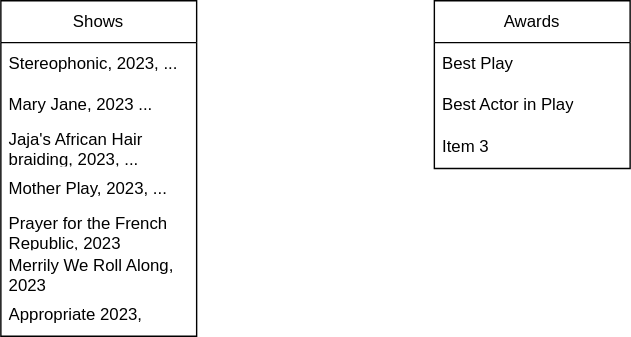
Above: Classes + Uni/PDS/Homeworks/Homework 1/Drawings/P1Sb.drawio.svg in ivanearisty/obsidian (draw.io), before the change. Source tidied: cells renumbered, new cells last; positions are measured from the earlier drawing's top-left corner, leaving out a move shared by most shapes.
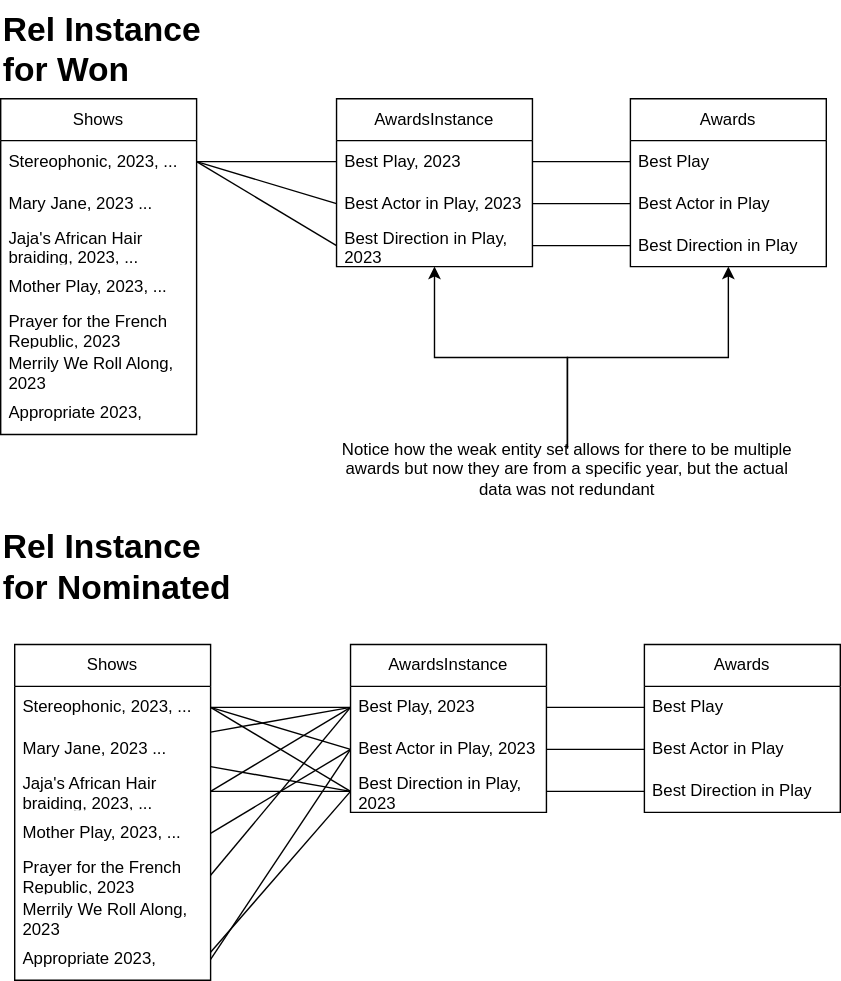
After the commit.

What changed in the source:
```diff
@@ -27,7 +27,7 @@
       <mxGeometry y="210" width="140" height="30" as="geometry" />
     </mxCell>
     <mxCell id="10" value="Awards" style="swimlane;fontStyle=0;horizontal=1;startSize=30;whiteSpace=wrap;html=1;" parent="1" vertex="1">
-      <mxGeometry x="310" width="140" height="120" as="geometry" />
+      <mxGeometry x="450" width="140" height="120" as="geometry" />
     </mxCell>
     <mxCell id="11" value="Best Play" style="text;strokeColor=none;fillColor=none;align=left;verticalAlign=middle;spacingLeft=4;spacingRight=4;overflow=hidden;points=[[0,0.5],[1,0.5]];portConstraint=eastwest;whiteSpace=wrap;html=1;" parent="10" vertex="1">
       <mxGeometry y="30" width="140" height="30" as="geometry" />
@@ -35,8 +35,149 @@
     <mxCell id="12" value="Best Actor in Play" style="text;strokeColor=none;fillColor=none;align=left;verticalAlign=middle;spacingLeft=4;spacingRight=4;overflow=hidden;points=[[0,0.5],[1,0.5]];portConstraint=eastwest;whiteSpace=wrap;html=1;" parent="10" vertex="1">
       <mxGeometry y="60" width="140" height="30" as="geometry" />
     </mxCell>
-    <mxCell id="13" value="Item 3" style="text;strokeColor=none;fillColor=none;align=left;verticalAlign=middle;spacingLeft=4;spacingRight=4;overflow=hidden;points=[[0,0.5],[1,0.5]];portConstraint=eastwest;whiteSpace=wrap;html=1;" parent="10" vertex="1">
+    <mxCell id="13" value="Best Direction in Play" style="text;strokeColor=none;fillColor=none;align=left;verticalAlign=middle;spacingLeft=4;spacingRight=4;overflow=hidden;points=[[0,0.5],[1,0.5]];portConstraint=eastwest;whiteSpace=wrap;html=1;" parent="10" vertex="1">
       <mxGeometry y="90" width="140" height="30" as="geometry" />
     </mxCell>
+    <mxCell id="14" value="AwardsInstance" style="swimlane;fontStyle=0;horizontal=1;startSize=30;whiteSpace=wrap;html=1;" parent="1" vertex="1">
+      <mxGeometry x="240" width="140" height="120" as="geometry" />
+    </mxCell>
+    <mxCell id="15" value="Best Play, 2023" style="text;strokeColor=none;fillColor=none;align=left;verticalAlign=middle;spacingLeft=4;spacingRight=4;overflow=hidden;points=[[0,0.5],[1,0.5]];portConstraint=eastwest;whiteSpace=wrap;html=1;" parent="14" vertex="1">
+      <mxGeometry y="30" width="140" height="30" as="geometry" />
+    </mxCell>
+    <mxCell id="16" value="Best Actor in Play, 2023" style="text;strokeColor=none;fillColor=none;align=left;verticalAlign=middle;spacingLeft=4;spacingRight=4;overflow=hidden;points=[[0,0.5],[1,0.5]];portConstraint=eastwest;whiteSpace=wrap;html=1;" parent="14" vertex="1">
+      <mxGeometry y="60" width="140" height="30" as="geometry" />
+    </mxCell>
+    <mxCell id="17" value="Best Direction in Play, 2023" style="text;strokeColor=none;fillColor=none;align=left;verticalAlign=middle;spacingLeft=4;spacingRight=4;overflow=hidden;points=[[0,0.5],[1,0.5]];portConstraint=eastwest;whiteSpace=wrap;html=1;" parent="14" vertex="1">
+      <mxGeometry y="90" width="140" height="30" as="geometry" />
+    </mxCell>
+    <mxCell id="18" style="edgeStyle=orthogonalEdgeStyle;rounded=0;jettySize=auto;html=1;" parent="1" edge="1" source="20" target="14">
+      <mxGeometry relative="1" as="geometry" />
+    </mxCell>
+    <mxCell id="19" style="edgeStyle=orthogonalEdgeStyle;rounded=0;jettySize=auto;html=1;" parent="1" edge="1" source="20" target="10">
+      <mxGeometry relative="1" as="geometry" />
+    </mxCell>
+    <mxCell id="20" value="Notice how the weak entity set allows for there to be multiple awards but now they are from a specific year, but the actual data was not redundant" style="text;html=1;align=center;verticalAlign=middle;whiteSpace=wrap;rounded=0;" parent="1" vertex="1">
+      <mxGeometry x="240" y="250" width="330" height="30" as="geometry" />
+    </mxCell>
+    <mxCell id="21" style="edgeStyle=orthogonalEdgeStyle;rounded=0;jettySize=auto;html=1;endArrow=none;endFill=0;" parent="1" edge="1" source="3" target="15">
+      <mxGeometry relative="1" as="geometry" />
+    </mxCell>
+    <mxCell id="22" style="rounded=0;jettySize=auto;html=1;endArrow=none;endFill=0;entryX=0;entryY=0.5;entryDx=0;entryDy=0;" parent="1" edge="1" target="16">
+      <mxGeometry relative="1" as="geometry">
+        <mxPoint x="140" y="45" as="sourcePoint" />
+      </mxGeometry>
+    </mxCell>
+    <mxCell id="23" style="rounded=0;jettySize=auto;html=1;exitX=1;exitY=0.5;exitDx=0;exitDy=0;endArrow=none;endFill=0;entryX=0;entryY=0.5;entryDx=0;entryDy=0;" parent="1" edge="1" source="3" target="17">
+      <mxGeometry relative="1" as="geometry" />
+    </mxCell>
+    <mxCell id="24" style="edgeStyle=orthogonalEdgeStyle;rounded=0;jettySize=auto;html=1;endArrow=none;endFill=0;" parent="1" edge="1" source="15" target="11">
+      <mxGeometry relative="1" as="geometry" />
+    </mxCell>
+    <mxCell id="25" style="edgeStyle=orthogonalEdgeStyle;rounded=0;jettySize=auto;html=1;endArrow=none;endFill=0;" parent="1" edge="1" source="16" target="12">
+      <mxGeometry relative="1" as="geometry" />
+    </mxCell>
+    <mxCell id="26" style="edgeStyle=orthogonalEdgeStyle;rounded=0;jettySize=auto;html=1;endArrow=none;endFill=0;" parent="1" edge="1" source="17" target="13">
+      <mxGeometry relative="1" as="geometry" />
+    </mxCell>
+    <mxCell id="27" value="&lt;h1 style=&quot;margin-top: 0px;&quot;&gt;Rel Instance for Won&lt;/h1&gt;" style="text;html=1;whiteSpace=wrap;overflow=hidden;rounded=0;" parent="1" vertex="1">
+      <mxGeometry y="-70" width="180" height="70" as="geometry" />
+    </mxCell>
+    <mxCell id="28" value="&lt;h1 style=&quot;margin-top: 0px;&quot;&gt;Rel Instance for Nominated&lt;/h1&gt;" style="text;html=1;whiteSpace=wrap;overflow=hidden;rounded=0;" parent="1" vertex="1">
+      <mxGeometry y="300" width="180" height="70" as="geometry" />
+    </mxCell>
+    <mxCell id="29" value="Shows" style="swimlane;fontStyle=0;horizontal=1;startSize=30;whiteSpace=wrap;html=1;" parent="1" vertex="1">
+      <mxGeometry x="10" y="390" width="140" height="240" as="geometry" />
+    </mxCell>
+    <mxCell id="30" value="Stereophonic, 2023, ..." style="text;strokeColor=none;fillColor=none;align=left;verticalAlign=middle;spacingLeft=4;spacingRight=4;overflow=hidden;points=[[0,0.5],[1,0.5]];portConstraint=eastwest;whiteSpace=wrap;html=1;" parent="29" vertex="1">
+      <mxGeometry y="30" width="140" height="30" as="geometry" />
+    </mxCell>
+    <mxCell id="31" value="Mary Jane, 2023 ..." style="text;strokeColor=none;fillColor=none;align=left;verticalAlign=middle;spacingLeft=4;spacingRight=4;overflow=hidden;points=[[0,0.5],[1,0.5]];portConstraint=eastwest;whiteSpace=wrap;html=1;" parent="29" vertex="1">
+      <mxGeometry y="60" width="140" height="30" as="geometry" />
+    </mxCell>
+    <mxCell id="32" value="Jaja's African Hair braiding, 2023, ..." style="text;strokeColor=none;fillColor=none;align=left;verticalAlign=middle;spacingLeft=4;spacingRight=4;overflow=hidden;points=[[0,0.5],[1,0.5]];portConstraint=eastwest;whiteSpace=wrap;html=1;" parent="29" vertex="1">
+      <mxGeometry y="90" width="140" height="30" as="geometry" />
+    </mxCell>
+    <mxCell id="33" value="Mother Play, 2023, ..." style="text;strokeColor=none;fillColor=none;align=left;verticalAlign=middle;spacingLeft=4;spacingRight=4;overflow=hidden;points=[[0,0.5],[1,0.5]];portConstraint=eastwest;whiteSpace=wrap;html=1;" parent="29" vertex="1">
+      <mxGeometry y="120" width="140" height="30" as="geometry" />
+    </mxCell>
+    <mxCell id="34" value="Prayer for the French Republic, 2023" style="text;strokeColor=none;fillColor=none;align=left;verticalAlign=middle;spacingLeft=4;spacingRight=4;overflow=hidden;points=[[0,0.5],[1,0.5]];portConstraint=eastwest;whiteSpace=wrap;html=1;" parent="29" vertex="1">
+      <mxGeometry y="150" width="140" height="30" as="geometry" />
+    </mxCell>
+    <mxCell id="35" value="Merrily We Roll Along, 2023" style="text;strokeColor=none;fillColor=none;align=left;verticalAlign=middle;spacingLeft=4;spacingRight=4;overflow=hidden;whiteSpace=wrap;html=1;" parent="29" vertex="1">
+      <mxGeometry y="180" width="140" height="30" as="geometry" />
+    </mxCell>
+    <mxCell id="36" value="Appropriate 2023," style="text;strokeColor=none;fillColor=none;align=left;verticalAlign=middle;spacingLeft=4;spacingRight=4;overflow=hidden;points=[[0,0.5],[1,0.5]];portConstraint=eastwest;whiteSpace=wrap;html=1;" parent="29" vertex="1">
+      <mxGeometry y="210" width="140" height="30" as="geometry" />
+    </mxCell>
+    <mxCell id="37" value="Awards" style="swimlane;fontStyle=0;horizontal=1;startSize=30;whiteSpace=wrap;html=1;" parent="1" vertex="1">
+      <mxGeometry x="460" y="390" width="140" height="120" as="geometry" />
+    </mxCell>
+    <mxCell id="38" value="Best Play" style="text;strokeColor=none;fillColor=none;align=left;verticalAlign=middle;spacingLeft=4;spacingRight=4;overflow=hidden;points=[[0,0.5],[1,0.5]];portConstraint=eastwest;whiteSpace=wrap;html=1;" parent="37" vertex="1">
+      <mxGeometry y="30" width="140" height="30" as="geometry" />
+    </mxCell>
+    <mxCell id="39" value="Best Actor in Play" style="text;strokeColor=none;fillColor=none;align=left;verticalAlign=middle;spacingLeft=4;spacingRight=4;overflow=hidden;points=[[0,0.5],[1,0.5]];portConstraint=eastwest;whiteSpace=wrap;html=1;" parent="37" vertex="1">
+      <mxGeometry y="60" width="140" height="30" as="geometry" />
+    </mxCell>
+    <mxCell id="40" value="Best Direction in Play" style="text;strokeColor=none;fillColor=none;align=left;verticalAlign=middle;spacingLeft=4;spacingRight=4;overflow=hidden;points=[[0,0.5],[1,0.5]];portConstraint=eastwest;whiteSpace=wrap;html=1;" parent="37" vertex="1">
+      <mxGeometry y="90" width="140" height="30" as="geometry" />
+    </mxCell>
+    <mxCell id="41" value="AwardsInstance" style="swimlane;fontStyle=0;horizontal=1;startSize=30;whiteSpace=wrap;html=1;" parent="1" vertex="1">
+      <mxGeometry x="250" y="390" width="140" height="120" as="geometry" />
+    </mxCell>
+    <mxCell id="42" value="Best Play, 2023" style="text;strokeColor=none;fillColor=none;align=left;verticalAlign=middle;spacingLeft=4;spacingRight=4;overflow=hidden;points=[[0,0.5],[1,0.5]];portConstraint=eastwest;whiteSpace=wrap;html=1;" parent="41" vertex="1">
+      <mxGeometry y="30" width="140" height="30" as="geometry" />
+    </mxCell>
+    <mxCell id="43" value="Best Actor in Play, 2023" style="text;strokeColor=none;fillColor=none;align=left;verticalAlign=middle;spacingLeft=4;spacingRight=4;overflow=hidden;points=[[0,0.5],[1,0.5]];portConstraint=eastwest;whiteSpace=wrap;html=1;" parent="41" vertex="1">
+      <mxGeometry y="60" width="140" height="30" as="geometry" />
+    </mxCell>
+    <mxCell id="44" value="Best Direction in Play, 2023" style="text;strokeColor=none;fillColor=none;align=left;verticalAlign=middle;spacingLeft=4;spacingRight=4;overflow=hidden;points=[[0,0.5],[1,0.5]];portConstraint=eastwest;whiteSpace=wrap;html=1;" parent="41" vertex="1">
+      <mxGeometry y="90" width="140" height="30" as="geometry" />
+    </mxCell>
+    <mxCell id="45" style="rounded=0;jettySize=auto;html=1;endArrow=none;endFill=0;" parent="1" edge="1" source="30" target="42">
+      <mxGeometry relative="1" as="geometry" />
+    </mxCell>
+    <mxCell id="46" style="rounded=0;jettySize=auto;html=1;endArrow=none;endFill=0;entryX=0;entryY=0.5;entryDx=0;entryDy=0;" parent="1" edge="1" target="43">
+      <mxGeometry relative="1" as="geometry">
+        <mxPoint x="150" y="435" as="sourcePoint" />
+      </mxGeometry>
+    </mxCell>
+    <mxCell id="47" style="rounded=0;jettySize=auto;html=1;exitX=1;exitY=0.5;exitDx=0;exitDy=0;endArrow=none;endFill=0;entryX=0;entryY=0.5;entryDx=0;entryDy=0;" parent="1" edge="1" source="30" target="44">
+      <mxGeometry relative="1" as="geometry" />
+    </mxCell>
+    <mxCell id="48" style="edgeStyle=orthogonalEdgeStyle;rounded=0;jettySize=auto;html=1;endArrow=none;endFill=0;" parent="1" edge="1" source="42" target="38">
+      <mxGeometry relative="1" as="geometry" />
+    </mxCell>
+    <mxCell id="49" style="edgeStyle=orthogonalEdgeStyle;rounded=0;jettySize=auto;html=1;endArrow=none;endFill=0;" parent="1" edge="1" source="43" target="39">
+      <mxGeometry relative="1" as="geometry" />
+    </mxCell>
+    <mxCell id="50" style="edgeStyle=orthogonalEdgeStyle;rounded=0;jettySize=auto;html=1;endArrow=none;endFill=0;" parent="1" edge="1" source="44" target="40">
+      <mxGeometry relative="1" as="geometry" />
+    </mxCell>
+    <mxCell id="51" style="rounded=0;jettySize=auto;html=1;entryX=0;entryY=0.5;entryDx=0;entryDy=0;endArrow=none;endFill=0;" parent="1" edge="1" source="31" target="42">
+      <mxGeometry relative="1" as="geometry" />
+    </mxCell>
+    <mxCell id="52" style="rounded=0;jettySize=auto;html=1;entryX=0;entryY=0.5;entryDx=0;entryDy=0;endArrow=none;endFill=0;exitX=1;exitY=0.5;exitDx=0;exitDy=0;" parent="1" edge="1" source="32" target="42">
+      <mxGeometry relative="1" as="geometry" />
+    </mxCell>
+    <mxCell id="53" style="rounded=0;jettySize=auto;html=1;entryX=0;entryY=0.5;entryDx=0;entryDy=0;endArrow=none;endFill=0;exitX=1;exitY=0.5;exitDx=0;exitDy=0;" parent="1" edge="1" source="34" target="42">
+      <mxGeometry relative="1" as="geometry" />
+    </mxCell>
+    <mxCell id="54" style="rounded=0;jettySize=auto;html=1;entryX=0;entryY=0.5;entryDx=0;entryDy=0;endArrow=none;endFill=0;exitX=1;exitY=0.5;exitDx=0;exitDy=0;" parent="1" edge="1" source="33" target="43">
+      <mxGeometry relative="1" as="geometry" />
+    </mxCell>
+    <mxCell id="55" style="rounded=0;jettySize=auto;html=1;entryX=0;entryY=0.5;entryDx=0;entryDy=0;endArrow=none;endFill=0;exitX=1;exitY=0.5;exitDx=0;exitDy=0;" parent="1" edge="1" source="36" target="43">
+      <mxGeometry relative="1" as="geometry" />
+    </mxCell>
+    <mxCell id="56" style="rounded=0;jettySize=auto;html=1;entryX=0;entryY=0.5;entryDx=0;entryDy=0;endArrow=none;endFill=0;" parent="1" edge="1" source="31" target="44">
+      <mxGeometry relative="1" as="geometry" />
+    </mxCell>
+    <mxCell id="57" style="rounded=0;jettySize=auto;html=1;entryX=0;entryY=0.5;entryDx=0;entryDy=0;endArrow=none;endFill=0;" parent="1" edge="1" source="32" target="44">
+      <mxGeometry relative="1" as="geometry" />
+    </mxCell>
+    <mxCell id="58" style="rounded=0;jettySize=auto;html=1;entryX=0;entryY=0.5;entryDx=0;entryDy=0;endArrow=none;endFill=0;" parent="1" edge="1" target="44">
+      <mxGeometry relative="1" as="geometry">
+        <mxPoint x="150" y="610" as="sourcePoint" />
+      </mxGeometry>
+    </mxCell>
   </root>
 </mxGraphModel>
```
